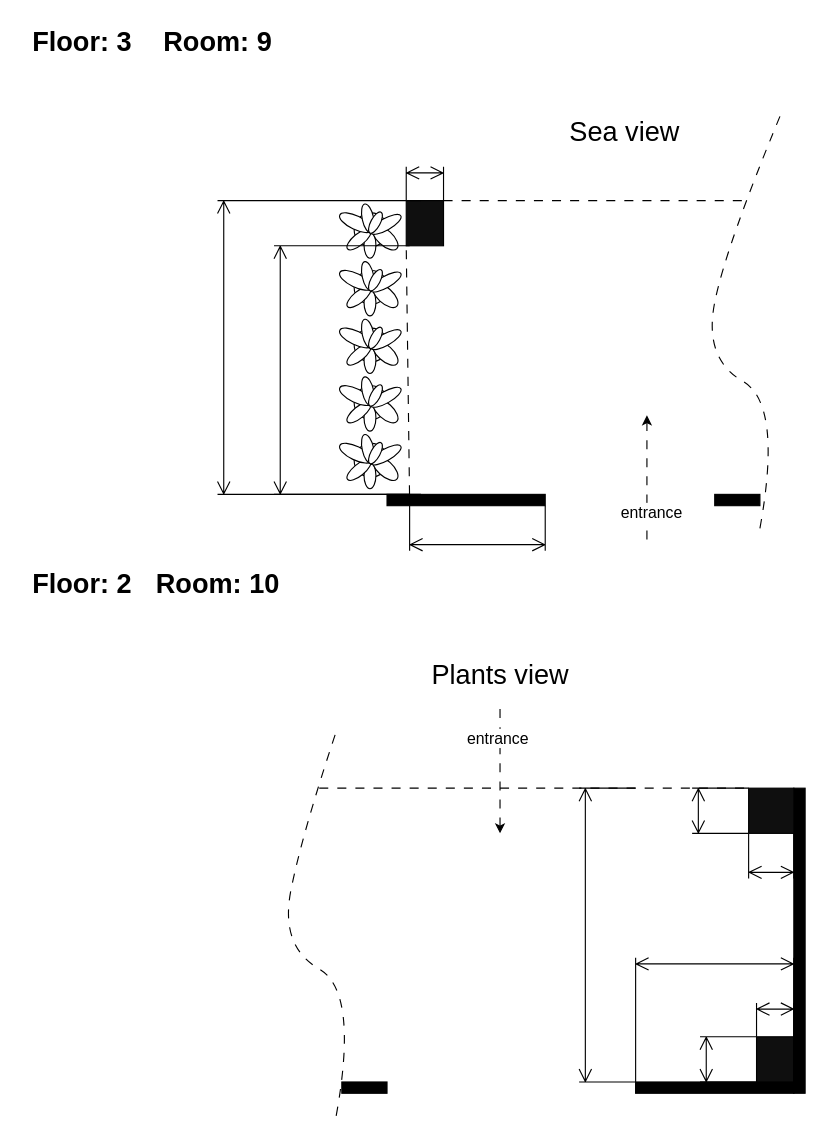
Before: Room 9-10.drawio in hdghg/heaven-balcony, a draw.io diagram. Source tidied: cells renumbered, new cells numbered last; positions are measured from the earlier drawing's top-left corner, leaving out a move shared by most shapes. Both pictures are drawn from the tidied source at 113%, with x=0, y=0 at pixel (25, 19).
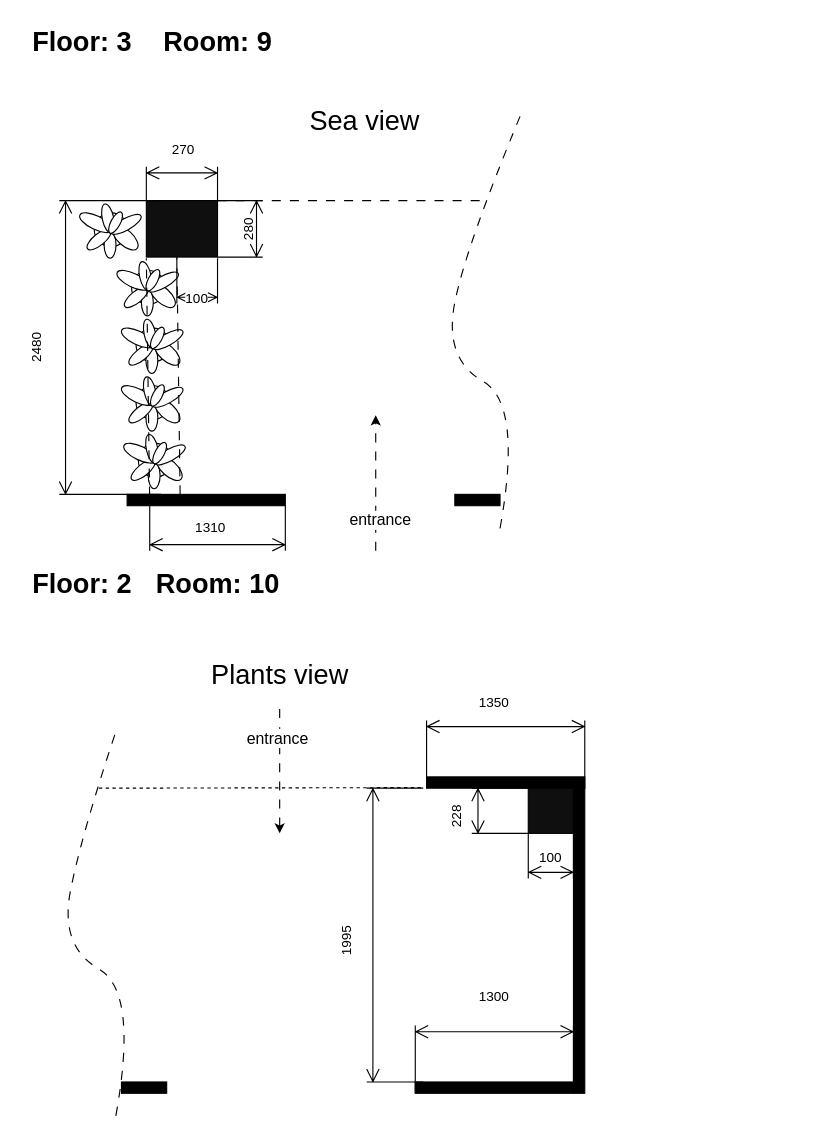
Above is the later version.

Diff of the diagram source:
```diff
@@
-    <mxCell id="4" style="verticalLabelPosition=bottom;html=1;verticalAlign=top;align=center;shape=mxgraph.floorplan.plant;" parent="1" vertex="1">
-      <mxGeometry x="280" y="160" width="47" height="51" as="geometry" />
-    </mxCell>
-    <mxCell id="5" style="verticalLabelPosition=bottom;html=1;verticalAlign=top;align=center;shape=mxgraph.floorplan.wall;fillColor=strokeColor;" parent="1" vertex="1">
-      <mxGeometry x="610" y="420" width="40" height="10" as="geometry" />
-    </mxCell>
-    <mxCell id="6" style="verticalLabelPosition=bottom;html=1;verticalAlign=top;align=center;shape=mxgraph.floorplan.plant;" parent="1" vertex="1">
-      <mxGeometry x="280" y="262" width="47" height="51" as="geometry" />
-    </mxCell>
-    <mxCell id="7" style="verticalLabelPosition=bottom;html=1;verticalAlign=top;align=center;shape=mxgraph.floorplan.plant;" parent="1" vertex="1">
-      <mxGeometry x="280" y="211" width="47" height="51" as="geometry" />
-    </mxCell>
-    <mxCell id="8" style="verticalLabelPosition=bottom;html=1;verticalAlign=top;align=center;shape=mxgraph.floorplan.plant;" parent="1" vertex="1">
-      <mxGeometry x="280" y="313" width="47" height="51" as="geometry" />
-    </mxCell>
-    <mxCell id="9" style="verticalLabelPosition=bottom;html=1;verticalAlign=top;align=center;shape=mxgraph.floorplan.wall;fillColor=strokeColor;" parent="1" vertex="1">
-      <mxGeometry x="320" y="420" width="140" height="10" as="geometry" />
-    </mxCell>
-    <mxCell id="10" style="verticalLabelPosition=bottom;html=1;verticalAlign=top;align=center;shape=mxgraph.floorplan.plant;" parent="1" vertex="1">
-      <mxGeometry x="280" y="364" width="47" height="51" as="geometry" />
-    </mxCell>
-    <mxCell id="11" style="rounded=0;whiteSpace=wrap;html=1;fillColor=#0F0F0F;" parent="1" vertex="1">
-      <mxGeometry x="337" y="160" width="33" height="40" as="geometry" />
-    </mxCell>
-    <mxCell id="12" value="Sea view" style="text;strokeColor=none;fillColor=none;html=1;fontSize=24;fontStyle=0;verticalAlign=middle;align=center;" parent="1" vertex="1">
-      <mxGeometry x="480" y="80" width="100" height="40" as="geometry" />
-    </mxCell>
-    <mxCell id="13" style="endArrow=classic;html=1;rounded=0;dashed=1;dashPattern=8 8;" parent="1" edge="1">
-      <mxGeometry relative="1" as="geometry">
-        <mxPoint x="550" y="460" as="sourcePoint" />
-        <mxPoint x="550" y="350" as="targetPoint" />
-      </mxGeometry>
-    </mxCell>
-    <mxCell id="14" value="entrance" style="edgeLabel;html=1;align=center;verticalAlign=middle;fontSize=14;" parent="13" vertex="1">
-      <mxGeometry x="-0.54" y="-3" relative="1" as="geometry" />
-    </mxCell>
-    <mxCell id="15" style="shape=dimension;direction=south;whiteSpace=wrap;html=1;align=left;points=[];verticalAlign=middle;labelBackgroundColor=#ffffff;fillColor=#0F0F0F;" parent="1" vertex="1">
-      <mxGeometry x="170" y="160" width="180" height="260" as="geometry" />
-    </mxCell>
-    <mxCell id="16" style="shape=dimension;direction=west;whiteSpace=wrap;html=1;align=center;verticalAlign=top;spacingTop=-8;labelBackgroundColor=#ffffff;fillColor=#0F0F0F;" parent="1" vertex="1">
-      <mxGeometry x="337" y="130" width="33" height="30" as="geometry" />
-    </mxCell>
-    <mxCell id="17" style="endArrow=none;dashed=1;html=1;rounded=0;dashPattern=8 8;exitX=1;exitY=0;exitDx=0;exitDy=0;" parent="1" edge="1" source="11">
-      <mxGeometry relative="1" as="geometry">
-        <mxPoint x="640" y="160" as="targetPoint" />
-      </mxGeometry>
-    </mxCell>
-    <mxCell id="18" style="endArrow=none;dashed=1;html=1;rounded=0;dashPattern=8 8;entryX=0;entryY=1;entryDx=0;entryDy=0;exitX=1;exitY=0.056;exitDx=0;exitDy=0;exitPerimeter=0;" parent="1" edge="1" source="15" target="11">
-      <mxGeometry relative="1" as="geometry" />
-    </mxCell>
-    <mxCell id="19" style="curved=1;endArrow=none;html=1;rounded=0;dashed=1;dashPattern=8 8;strokeColor=default;endFill=0;" parent="1" edge="1">
-      <mxGeometry relative="1" as="geometry">
-        <mxPoint x="650" y="450" as="sourcePoint" />
-        <mxPoint x="670" y="80" as="targetPoint" />
-        <Array as="points">
-          <mxPoint x="670" y="340" />
-          <mxPoint x="600" y="300" />
-          <mxPoint x="620" y="200" />
-        </Array>
-      </mxGeometry>
-    </mxCell>
     <mxCell id="20" style="verticalLabelPosition=bottom;html=1;verticalAlign=top;align=center;shape=mxgraph.floorplan.wall;fillColor=strokeColor;" parent="1" vertex="1">
-      <mxGeometry x="540" y="940" width="140" height="10" as="geometry" />
+      <mxGeometry x="345" y="940" width="140" height="10" as="geometry" />
     </mxCell>
     <mxCell id="21" style="verticalLabelPosition=bottom;html=1;verticalAlign=top;align=center;shape=mxgraph.floorplan.wall;fillColor=strokeColor;" parent="1" vertex="1">
-      <mxGeometry x="280" y="940" width="40" height="10" as="geometry" />
+      <mxGeometry x="85" y="940" width="40" height="10" as="geometry" />
     </mxCell>
-    <mxCell id="22" style="rounded=0;whiteSpace=wrap;html=1;fillColor=#0F0F0F;" parent="1" vertex="1">
-      <mxGeometry x="647" y="900" width="33" height="40" as="geometry" />
-    </mxCell>
     <mxCell id="23" value="Plants view" style="text;strokeColor=none;fillColor=none;html=1;fontSize=24;fontStyle=0;verticalAlign=middle;align=center;" parent="1" vertex="1">
-      <mxGeometry x="370" y="560" width="100" height="40" as="geometry" />
+      <mxGeometry x="175" y="560" width="100" height="40" as="geometry" />
     </mxCell>
     <mxCell id="24" style="endArrow=classic;html=1;rounded=0;dashed=1;dashPattern=8 8;" parent="1" edge="1">
       <mxGeometry relative="1" as="geometry">
-        <mxPoint x="420" y="610" as="sourcePoint" />
-        <mxPoint x="420" y="720" as="targetPoint" />
+        <mxPoint x="225" y="610" as="sourcePoint" />
+        <mxPoint x="225" y="720" as="targetPoint" />
       </mxGeometry>
     </mxCell>
@@
     <mxCell id="26" style="shape=dimension;direction=south;whiteSpace=wrap;html=1;align=left;verticalAlign=middle;labelBackgroundColor=#ffffff;fillColor=#0F0F0F;" parent="1" vertex="1">
-      <mxGeometry x="490" y="680" width="50" height="260" as="geometry" />
+      <mxGeometry x="302" y="680" width="50" height="260" as="geometry" />
     </mxCell>
-    <mxCell id="27" style="shape=dimension;direction=west;whiteSpace=wrap;html=1;align=center;verticalAlign=top;spacingTop=-8;labelBackgroundColor=#ffffff;fillColor=#0F0F0F;" parent="1" vertex="1">
-      <mxGeometry x="647" y="870" width="33" height="30" as="geometry" />
-    </mxCell>
     <mxCell id="28" style="curved=1;endArrow=none;html=1;rounded=0;dashed=1;dashPattern=8 8;strokeColor=default;endFill=0;" parent="1" edge="1">
       <mxGeometry relative="1" as="geometry">
-        <mxPoint x="275" y="970" as="sourcePoint" />
-        <mxPoint x="275" y="630" as="targetPoint" />
+        <mxPoint x="80" y="970" as="sourcePoint" />
+        <mxPoint x="80" y="630" as="targetPoint" />
         <Array as="points">
-          <mxPoint x="295" y="860" />
-          <mxPoint x="225" y="820" />
-          <mxPoint x="245" y="720" />
+          <mxPoint x="100" y="860" />
+          <mxPoint x="30" y="820" />
+          <mxPoint x="50" y="720" />
         </Array>
       </mxGeometry>
     </mxCell>
@@
-    <mxCell id="31" style="shape=dimension;whiteSpace=wrap;html=1;align=center;verticalAlign=bottom;spacingBottom=-5;labelBackgroundColor=#ffffff;fontSize=14;fillColor=#0F0F0F;" parent="1" vertex="1">
-      <mxGeometry x="340" y="430" width="120" height="40" as="geometry" />
-    </mxCell>
-    <mxCell id="32" style="shape=dimension;direction=south;whiteSpace=wrap;html=1;align=left;verticalAlign=middle;labelBackgroundColor=#ffffff;fillColor=#0F0F0F;" parent="1" vertex="1">
-      <mxGeometry x="220" y="200" width="120" height="220" as="geometry" />
-    </mxCell>
     <mxCell id="33" style="verticalLabelPosition=bottom;html=1;verticalAlign=top;align=center;shape=mxgraph.floorplan.wall;fillColor=strokeColor;direction=south;fontSize=14;" parent="1" vertex="1">
-      <mxGeometry x="680" y="680" width="10" height="270" as="geometry" />
+      <mxGeometry x="485" y="680" width="10" height="270" as="geometry" />
     </mxCell>
     <mxCell id="34" style="rounded=0;whiteSpace=wrap;html=1;fillColor=#0F0F0F;" parent="1" vertex="1">
-      <mxGeometry x="640" y="680" width="40" height="40" as="geometry" />
+      <mxGeometry x="445" y="680" width="40" height="40" as="geometry" />
     </mxCell>
-    <mxCell id="35" style="endArrow=none;dashed=1;html=1;rounded=0;dashPattern=8 8;strokeColor=default;fontSize=14;entryX=0;entryY=0;entryDx=0;entryDy=0;" parent="1" edge="1" target="34">
-      <mxGeometry relative="1" as="geometry">
-        <mxPoint x="260" y="680" as="sourcePoint" />
-      </mxGeometry>
+    <mxCell id="35" style="endArrow=none;dashed=1;html=1;rounded=0;dashPattern=8 8;strokeColor=default;fontSize=14;entryX=0;entryY=0;entryDx=0;entryDy=0;startArrow=none;" parent="1" edge="1" source="63" target="34">
+      <mxGeometry relative="1" as="geometry" />
     </mxCell>
     <mxCell id="36" style="shape=dimension;whiteSpace=wrap;html=1;align=center;verticalAlign=bottom;spacingBottom=-5;labelBackgroundColor=#ffffff;fontSize=14;fillColor=#0F0F0F;" parent="1" vertex="1">
-      <mxGeometry x="640" y="720" width="40" height="40" as="geometry" />
+      <mxGeometry x="445" y="720" width="40" height="40" as="geometry" />
     </mxCell>
     <mxCell id="37" style="shape=dimension;direction=south;whiteSpace=wrap;html=1;align=left;verticalAlign=middle;labelBackgroundColor=#ffffff;fontSize=14;fillColor=#0F0F0F;" parent="1" vertex="1">
-      <mxGeometry x="590" y="680" width="50" height="40" as="geometry" />
+      <mxGeometry x="395" y="680" width="50" height="40" as="geometry" />
     </mxCell>
-    <mxCell id="38" style="shape=dimension;direction=south;whiteSpace=wrap;html=1;align=left;verticalAlign=middle;labelBackgroundColor=#ffffff;fontSize=14;fillColor=#0F0F0F;" parent="1" vertex="1">
-      <mxGeometry x="597" y="900" width="50" height="40" as="geometry" />
-    </mxCell>
     <mxCell id="39" style="shape=dimension;direction=west;whiteSpace=wrap;html=1;align=center;verticalAlign=top;spacingTop=-8;labelBackgroundColor=#ffffff;fontSize=14;fillColor=#0F0F0F;" parent="1" vertex="1">
-      <mxGeometry x="540" y="830" width="140" height="120" as="geometry" />
+      <mxGeometry x="345" y="890" width="140" height="60" as="geometry" />
     </mxCell>
+    <mxCell id="40" style="verticalLabelPosition=bottom;html=1;verticalAlign=top;align=center;shape=mxgraph.floorplan.plant;" parent="1" vertex="1">
+      <mxGeometry x="50" y="160" width="47" height="51" as="geometry" />
+    </mxCell>
+    <mxCell id="41" style="verticalLabelPosition=bottom;html=1;verticalAlign=top;align=center;shape=mxgraph.floorplan.wall;fillColor=strokeColor;" parent="1" vertex="1">
+      <mxGeometry x="380" y="420" width="40" height="10" as="geometry" />
+    </mxCell>
+    <mxCell id="42" style="verticalLabelPosition=bottom;html=1;verticalAlign=top;align=center;shape=mxgraph.floorplan.plant;" parent="1" vertex="1">
+      <mxGeometry x="87" y="262" width="47" height="51" as="geometry" />
+    </mxCell>
+    <mxCell id="43" style="verticalLabelPosition=bottom;html=1;verticalAlign=top;align=center;shape=mxgraph.floorplan.plant;" parent="1" vertex="1">
+      <mxGeometry x="87" y="313" width="47" height="51" as="geometry" />
+    </mxCell>
+    <mxCell id="44" style="verticalLabelPosition=bottom;html=1;verticalAlign=top;align=center;shape=mxgraph.floorplan.wall;fillColor=strokeColor;" parent="1" vertex="1">
+      <mxGeometry x="90" y="420" width="140" height="10" as="geometry" />
+    </mxCell>
+    <mxCell id="45" style="verticalLabelPosition=bottom;html=1;verticalAlign=top;align=center;shape=mxgraph.floorplan.plant;" parent="1" vertex="1">
+      <mxGeometry x="89" y="364" width="47" height="51" as="geometry" />
+    </mxCell>
+    <mxCell id="46" style="rounded=0;whiteSpace=wrap;html=1;fillColor=#0F0F0F;" parent="1" vertex="1">
+      <mxGeometry x="107" y="160" width="63" height="50" as="geometry" />
+    </mxCell>
+    <mxCell id="12" value="Sea view" style="text;strokeColor=none;fillColor=none;html=1;fontSize=24;fontStyle=0;verticalAlign=middle;align=center;" parent="1" vertex="1">
+      <mxGeometry x="250" y="70" width="100" height="40" as="geometry" />
+    </mxCell>
+    <mxCell id="47" style="endArrow=classic;html=1;rounded=0;dashed=1;dashPattern=8 8;" parent="1" edge="1">
+      <mxGeometry relative="1" as="geometry">
+        <mxPoint x="310" y="470" as="sourcePoint" />
+        <mxPoint x="310" y="350" as="targetPoint" />
+      </mxGeometry>
+    </mxCell>
+    <mxCell id="14" value="entrance" style="edgeLabel;html=1;align=center;verticalAlign=middle;fontSize=14;" parent="47" vertex="1">
+      <mxGeometry x="-0.54" y="-3" relative="1" as="geometry" />
+    </mxCell>
+    <mxCell id="48" style="shape=dimension;direction=south;whiteSpace=wrap;html=1;align=left;verticalAlign=middle;labelBackgroundColor=#ffffff;fillColor=#0F0F0F;" parent="1" vertex="1">
+      <mxGeometry x="30" y="160" width="90" height="260" as="geometry" />
+    </mxCell>
+    <mxCell id="49" style="shape=dimension;direction=west;whiteSpace=wrap;html=1;align=center;verticalAlign=top;spacingTop=-8;labelBackgroundColor=#ffffff;fillColor=#0F0F0F;" parent="1" vertex="1">
+      <mxGeometry x="107" y="130" width="63" height="30" as="geometry" />
+    </mxCell>
+    <mxCell id="50" style="endArrow=none;dashed=1;html=1;rounded=0;dashPattern=8 8;exitX=1;exitY=0;exitDx=0;exitDy=0;" parent="1" edge="1" source="46">
+      <mxGeometry relative="1" as="geometry">
+        <mxPoint x="410" y="160" as="targetPoint" />
+      </mxGeometry>
+    </mxCell>
+    <mxCell id="51" style="curved=1;endArrow=none;html=1;rounded=0;dashed=1;dashPattern=8 8;strokeColor=default;endFill=0;" parent="1" edge="1">
+      <mxGeometry relative="1" as="geometry">
+        <mxPoint x="420" y="450" as="sourcePoint" />
+        <mxPoint x="440" y="80" as="targetPoint" />
+        <Array as="points">
+          <mxPoint x="440" y="340" />
+          <mxPoint x="370" y="300" />
+          <mxPoint x="390" y="200" />
+        </Array>
+      </mxGeometry>
+    </mxCell>
+    <mxCell id="52" style="shape=dimension;whiteSpace=wrap;html=1;align=center;verticalAlign=bottom;spacingBottom=-5;labelBackgroundColor=#ffffff;fontSize=14;fillColor=#0F0F0F;" parent="1" vertex="1">
+      <mxGeometry x="110" y="430" width="120" height="40" as="geometry" />
+    </mxCell>
+    <mxCell id="53" value="2480" style="text;html=1;strokeColor=none;fillColor=none;align=center;verticalAlign=middle;whiteSpace=wrap;rounded=0;rotation=270;" parent="1" vertex="1">
+      <mxGeometry x="-20" y="275" width="60" height="30" as="geometry" />
+    </mxCell>
+    <mxCell id="54" style="endArrow=none;dashed=1;html=1;rounded=0;dashPattern=8 8;entryX=0;entryY=1;entryDx=0;entryDy=0;exitX=1;exitY=0.056;exitDx=0;exitDy=0;exitPerimeter=0;" parent="1" edge="1">
+      <mxGeometry relative="1" as="geometry">
+        <mxPoint x="136.9" y="420" as="sourcePoint" />
+        <mxPoint x="134" y="210" as="targetPoint" />
+      </mxGeometry>
+    </mxCell>
+    <mxCell id="55" style="verticalLabelPosition=bottom;html=1;verticalAlign=top;align=center;shape=mxgraph.floorplan.plant;" parent="1" vertex="1">
+      <mxGeometry x="83" y="211" width="47" height="51" as="geometry" />
+    </mxCell>
+    <mxCell id="56" value="270" style="text;html=1;strokeColor=none;fillColor=none;align=center;verticalAlign=middle;whiteSpace=wrap;rounded=0;" parent="1" vertex="1">
+      <mxGeometry x="110" y="100" width="60" height="30" as="geometry" />
+    </mxCell>
+    <mxCell id="57" value="1310" style="text;html=1;strokeColor=none;fillColor=none;align=center;verticalAlign=middle;whiteSpace=wrap;rounded=0;" parent="1" vertex="1">
+      <mxGeometry x="134" y="435" width="60" height="30" as="geometry" />
+    </mxCell>
+    <mxCell id="58" value="100" style="shape=dimension;whiteSpace=wrap;html=1;align=center;verticalAlign=bottom;spacingBottom=-5;labelBackgroundColor=#ffffff;" parent="1" vertex="1">
+      <mxGeometry x="134" y="211" width="36" height="40" as="geometry" />
+    </mxCell>
+    <mxCell id="59" style="endArrow=none;dashed=1;html=1;rounded=0;dashPattern=8 8;entryX=0;entryY=1;entryDx=0;entryDy=0;exitX=1;exitY=0.056;exitDx=0;exitDy=0;exitPerimeter=0;" parent="1" edge="1">
+      <mxGeometry relative="1" as="geometry">
+        <mxPoint x="109.9" y="421" as="sourcePoint" />
+        <mxPoint x="107" y="211" as="targetPoint" />
+      </mxGeometry>
+    </mxCell>
+    <mxCell id="60" style="shape=dimension;direction=north;whiteSpace=wrap;html=1;align=right;verticalAlign=middle;labelBackgroundColor=#ffffff;" parent="1" vertex="1">
+      <mxGeometry x="170" y="160" width="40" height="50" as="geometry" />
+    </mxCell>
+    <mxCell id="61" value="280" style="text;html=1;strokeColor=none;fillColor=none;align=center;verticalAlign=middle;whiteSpace=wrap;rounded=0;rotation=270;" parent="1" vertex="1">
+      <mxGeometry x="167" y="170.5" width="60" height="30" as="geometry" />
+    </mxCell>
+    <mxCell id="62" value="1300" style="text;html=1;strokeColor=none;fillColor=none;align=center;verticalAlign=middle;whiteSpace=wrap;rounded=0;" parent="1" vertex="1">
+      <mxGeometry x="385" y="850" width="60" height="30" as="geometry" />
+    </mxCell>
+    <mxCell id="63" style="verticalLabelPosition=bottom;html=1;verticalAlign=top;align=center;shape=mxgraph.floorplan.wall;fillColor=strokeColor;" parent="1" vertex="1">
+      <mxGeometry x="355" y="670" width="140" height="10" as="geometry" />
+    </mxCell>
+    <mxCell id="64" style="endArrow=none;dashed=1;html=1;rounded=0;entryX=-0.025;entryY=0.95;entryDx=0;entryDy=0;entryPerimeter=0;" parent="1" edge="1" target="63">
+      <mxGeometry relative="1" as="geometry">
+        <mxPoint x="65" y="680" as="sourcePoint" />
+      </mxGeometry>
+    </mxCell>
+    <mxCell id="65" value="100" style="text;html=1;strokeColor=none;fillColor=none;align=center;verticalAlign=middle;whiteSpace=wrap;rounded=0;" parent="1" vertex="1">
+      <mxGeometry x="435" y="727" width="60" height="30" as="geometry" />
+    </mxCell>
+    <mxCell id="66" value="228" style="text;html=1;strokeColor=none;fillColor=none;align=center;verticalAlign=middle;whiteSpace=wrap;rounded=0;rotation=270;" parent="1" vertex="1">
+      <mxGeometry x="352" y="690" width="60" height="30" as="geometry" />
+    </mxCell>
+    <mxCell id="67" style="shape=dimension;direction=west;whiteSpace=wrap;html=1;align=center;verticalAlign=top;spacingTop=-8;labelBackgroundColor=#ffffff;fontSize=14;fillColor=#0F0F0F;" parent="1" vertex="1">
+      <mxGeometry x="355" y="620" width="140" height="60" as="geometry" />
+    </mxCell>
+    <mxCell id="68" value="1350" style="text;html=1;strokeColor=none;fillColor=none;align=center;verticalAlign=middle;whiteSpace=wrap;rounded=0;" parent="1" vertex="1">
+      <mxGeometry x="385" y="590" width="60" height="30" as="geometry" />
+    </mxCell>
+    <mxCell id="69" value="1995" style="text;html=1;strokeColor=none;fillColor=none;align=center;verticalAlign=middle;whiteSpace=wrap;rounded=0;rotation=270;" parent="1" vertex="1">
+      <mxGeometry x="255" y="800" width="60" height="30" as="geometry" />
+    </mxCell>
```
